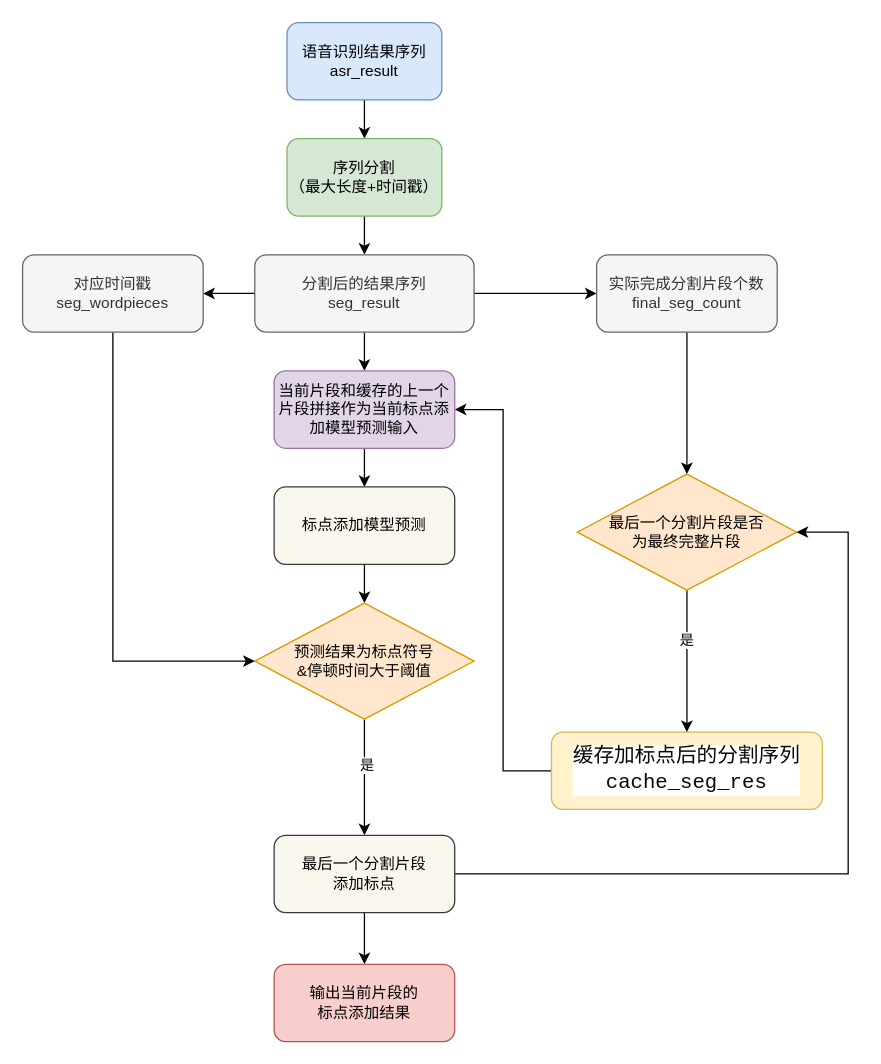
Earlier version of the draw.io diagram figure/标点添加逻辑.drawio (fengyusu/paper). Source tidied: cells renumbered, new cells numbered last; positions are measured from the earlier drawing's top-left corner, leaving out a move shared by most shapes. Both pictures are drawn from the tidied source at 129%, with x=0, y=0 at pixel (22, 22).
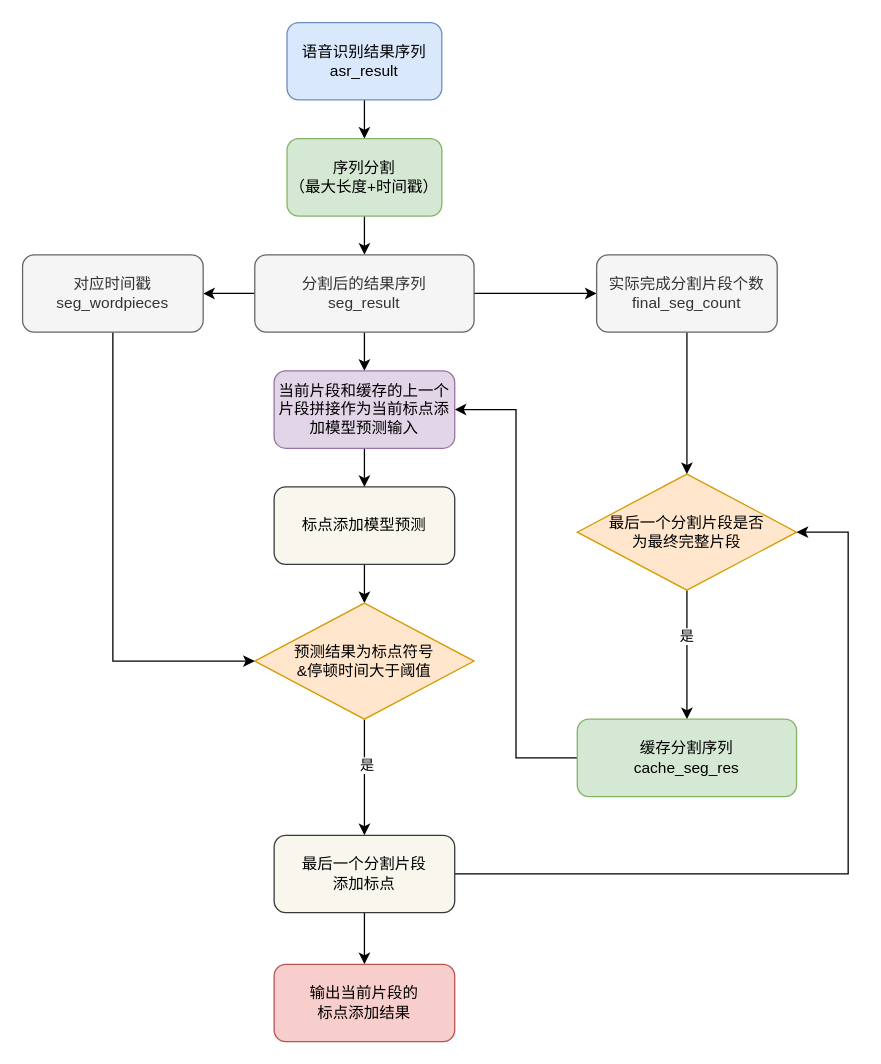
After the change.

Unchanged cells that the change refers to:
```xml
<mxCell id="14" value="&lt;div&gt;最后一个分割片段是否&lt;/div&gt;&lt;div&gt;为最终完整片段&lt;/div&gt;" style="rhombus;whiteSpace=wrap;html=1;fillColor=#ffe6cc;strokeColor=#d79b00;" parent="1" vertex="1">
  <mxGeometry x="430" y="350" width="170" height="90" as="geometry" />
</mxCell>
<mxCell id="16" value="当前片段和缓存的上一个片段拼接作为当前标点添加模型预测输入" style="rounded=1;whiteSpace=wrap;html=1;fillColor=#e1d5e7;strokeColor=#9673a6;" parent="1" vertex="1">
  <mxGeometry x="195" y="270" width="140" height="60" as="geometry" />
</mxCell>
```

What changed in the source:
```diff
@@
-    <mxCell id="10" style="edgeStyle=orthogonalEdgeStyle;rounded=0;jettySize=auto;html=1;exitX=0;exitY=0.5;exitDx=0;exitDy=0;entryX=1;entryY=0.5;entryDx=0;entryDy=0;" parent="1" edge="1" source="11" target="16">
+    <mxCell id="10" style="edgeStyle=orthogonalEdgeStyle;rounded=0;jettySize=auto;html=1;exitX=0;exitY=0.5;exitDx=0;exitDy=0;entryX=1;entryY=0.5;entryDx=0;entryDy=0;" parent="1" edge="1" source="30" target="16">
       <mxGeometry relative="1" as="geometry" />
     </mxCell>
-    <mxCell id="11" value="&lt;pre style=&quot;background-color:#ffffff;color:#080808;font-family:'JetBrains Mono',monospace;font-size:12.0pt;&quot;&gt;缓存加标点后的分割序列&lt;br&gt;cache_seg_res&lt;/pre&gt;" style="rounded=1;whiteSpace=wrap;html=1;fillColor=#fff2cc;strokeColor=#d6b656;" parent="1" vertex="1">
-      <mxGeometry x="410" y="550" width="210" height="60" as="geometry" />
-    </mxCell>
-    <mxCell id="12" style="edgeStyle=orthogonalEdgeStyle;rounded=0;jettySize=auto;html=1;exitX=0.5;exitY=1;exitDx=0;exitDy=0;" parent="1" edge="1" source="14" target="11">
+    <mxCell id="12" style="edgeStyle=orthogonalEdgeStyle;rounded=0;jettySize=auto;html=1;exitX=0.5;exitY=1;exitDx=0;exitDy=0;entryX=0.5;entryY=0;entryDx=0;entryDy=0;" parent="1" edge="1" source="14" target="30">
       <mxGeometry relative="1" as="geometry" />
     </mxCell>
@@
+    <mxCell id="30" value="&lt;div&gt;缓存分割序列&lt;/div&gt;&lt;div&gt;cache_seg_res&lt;br&gt;&lt;/div&gt;" style="rounded=1;whiteSpace=wrap;html=1;fillColor=#d5e8d4;strokeColor=#82b366;" parent="1" vertex="1">
+      <mxGeometry x="430" y="540" width="170" height="60" as="geometry" />
+    </mxCell>
```
